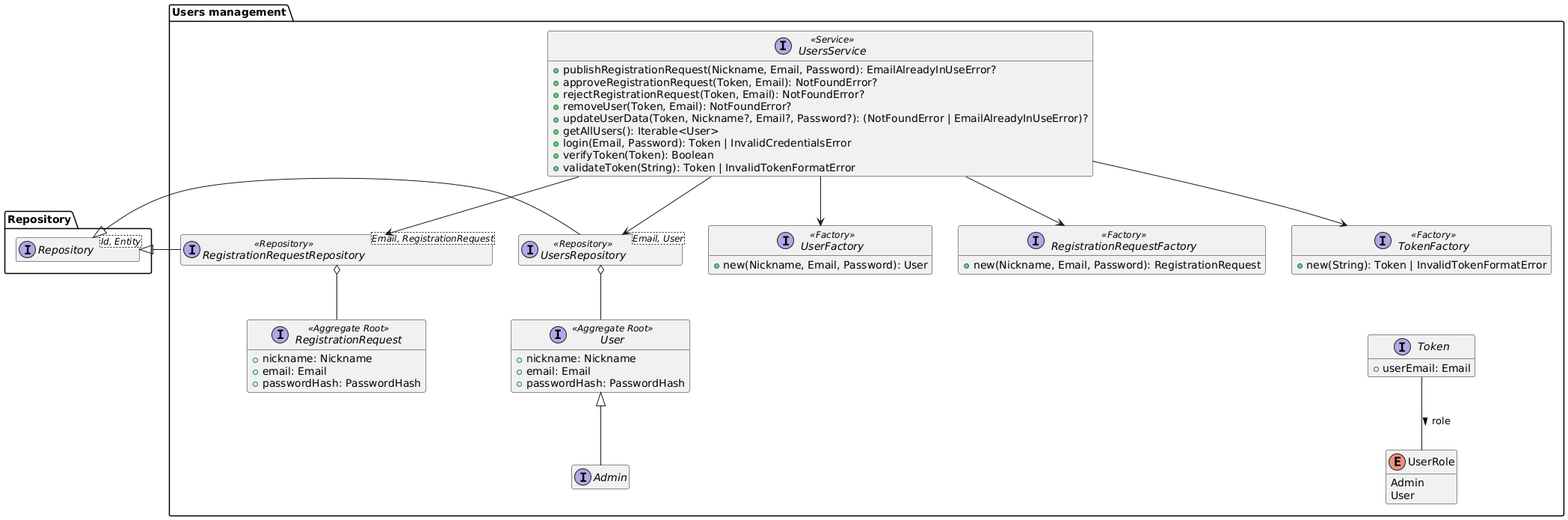
The PlantUML diagram diagrams/generated/users-management-domain-model.png in DomoticASW/.github, before a commit.
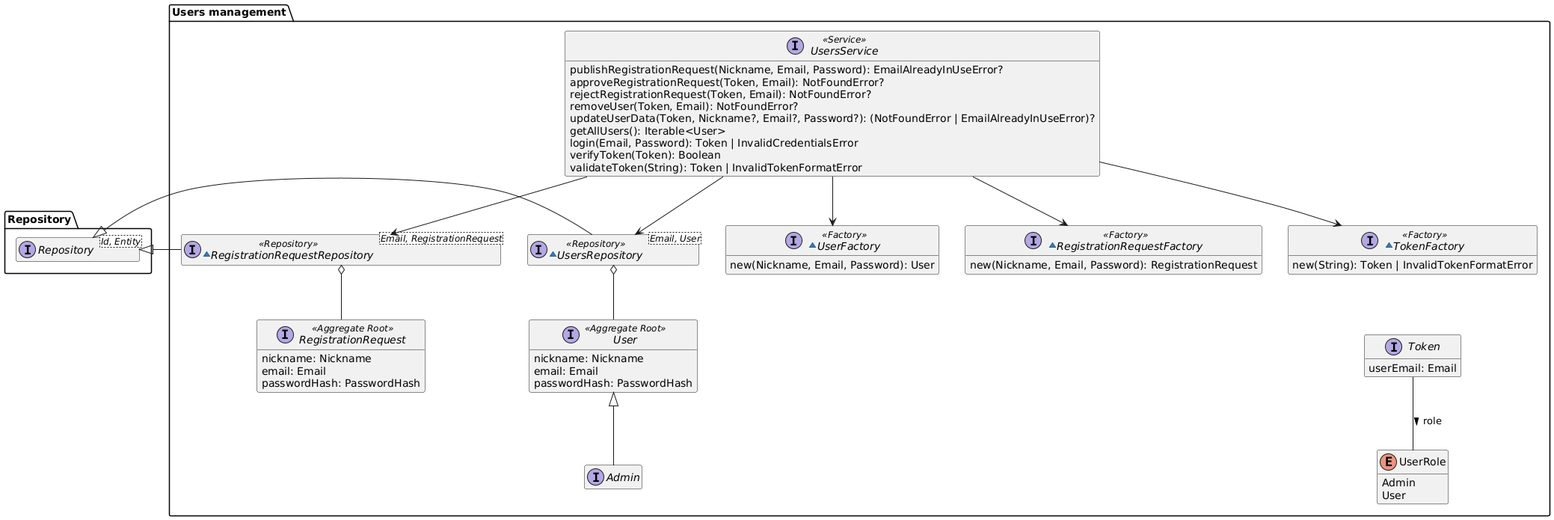
The same file after the commit.

What changed in the source:
```diff
@@ -7,20 +7,20 @@
 
 package "Users management" as Users {
     interface User <<Aggregate Root>> {
-        + nickname: Nickname
-        + email: Email
-        + passwordHash: PasswordHash
+        nickname: Nickname
+        email: Email
+        passwordHash: PasswordHash
     }
     interface Admin extends User
 
     interface RegistrationRequest <<Aggregate Root>> {
-        + nickname: Nickname
-        + email: Email
-        + passwordHash: PasswordHash
+        nickname: Nickname
+        email: Email
+        passwordHash: PasswordHash
     }
 
     interface Token {
-        + userEmail: Email
+        userEmail: Email
     }
     enum UserRole {
         Admin
@@ -29,22 +29,23 @@
     Token -- UserRole : "role >"
 
     interface UsersService <<Service>> {
-        + publishRegistrationRequest(Nickname, Email, Password): EmailAlreadyInUseError?
-        + approveRegistrationRequest(Token, Email): NotFoundError?
-        + rejectRegistrationRequest(Token, Email): NotFoundError?
-        + removeUser(Token, Email): NotFoundError?
-        + updateUserData(Token, Nickname?, Email?, Password?): (NotFoundError | EmailAlreadyInUseError)?
-        + getAllUsers(): Iterable<User>
-        + login(Email, Password): Token | InvalidCredentialsError
-        + verifyToken(Token): Boolean
-        + validateToken(String): Token | InvalidTokenFormatError
+        publishRegistrationRequest(Nickname, Email, Password): EmailAlreadyInUseError?
+        approveRegistrationRequest(Token, Email): NotFoundError?
+        rejectRegistrationRequest(Token, Email): NotFoundError?
+        removeUser(Token, Email): NotFoundError?
+        updateUserData(Token, Nickname?, Email?, Password?): (NotFoundError | EmailAlreadyInUseError)?
+        getAllUsers(): Iterable<User>
+        login(Email, Password): Token | InvalidCredentialsError
+        verifyToken(Token): Boolean
+        validateToken(String): Token | InvalidTokenFormatError
     }
 
-
-    interface RegistrationRequestRepository<Email, RegistrationRequest> <<Repository>>
+    ~interface RegistrationRequestRepository<Email, RegistrationRequest> <<Repository>> {
+    }
     RegistrationRequestRepository -l-|> Repository.Repository
     RegistrationRequestRepository o-- RegistrationRequest
-    interface UsersRepository<Email, User> <<Repository>>
+    ~interface UsersRepository<Email, User> <<Repository>> {
+    }
     UsersRepository -l-|> Repository.Repository
     UsersRepository o-- User
 
@@ -52,14 +53,14 @@
     UsersService --> RegistrationRequestRepository
 
 
-    interface UserFactory <<Factory>> {
-        + new(Nickname, Email, Password): User
+    ~interface UserFactory <<Factory>> {
+        new(Nickname, Email, Password): User
     }
-    interface RegistrationRequestFactory <<Factory>> {
-        + new(Nickname, Email, Password): RegistrationRequest
+    ~interface RegistrationRequestFactory <<Factory>> {
+        new(Nickname, Email, Password): RegistrationRequest
     }
-    interface TokenFactory <<Factory>> {
-        + new(String): Token | InvalidTokenFormatError
+    ~interface TokenFactory <<Factory>> {
+        new(String): Token | InvalidTokenFormatError
     }
     TokenFactory -[hidden]-> Token
     UsersService --> UserFactory
```
